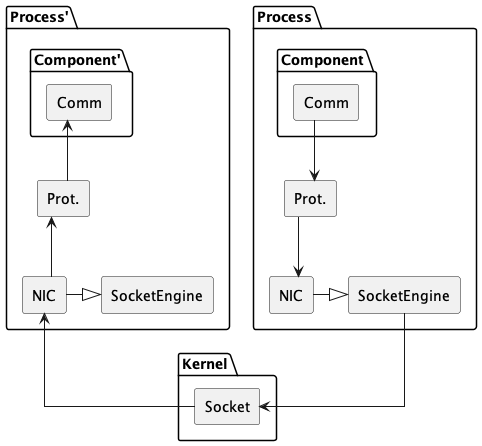
Above: doc/uml/output/02-process_thread_diagram.png in jcconnects/UFSC-INE5424 (PlantUML), before the change.
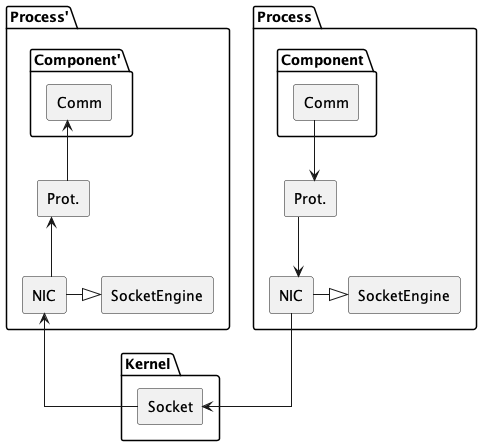
Above is the later version.

The edit, as a diff of the source:
```diff
@@ -33,7 +33,7 @@
 package "Kernel" {
   component [Socket] as socket
 
-  SocketEngine1 --> socket
+  nic1--> socket
   nic2 <-- socket
 }
 
```
